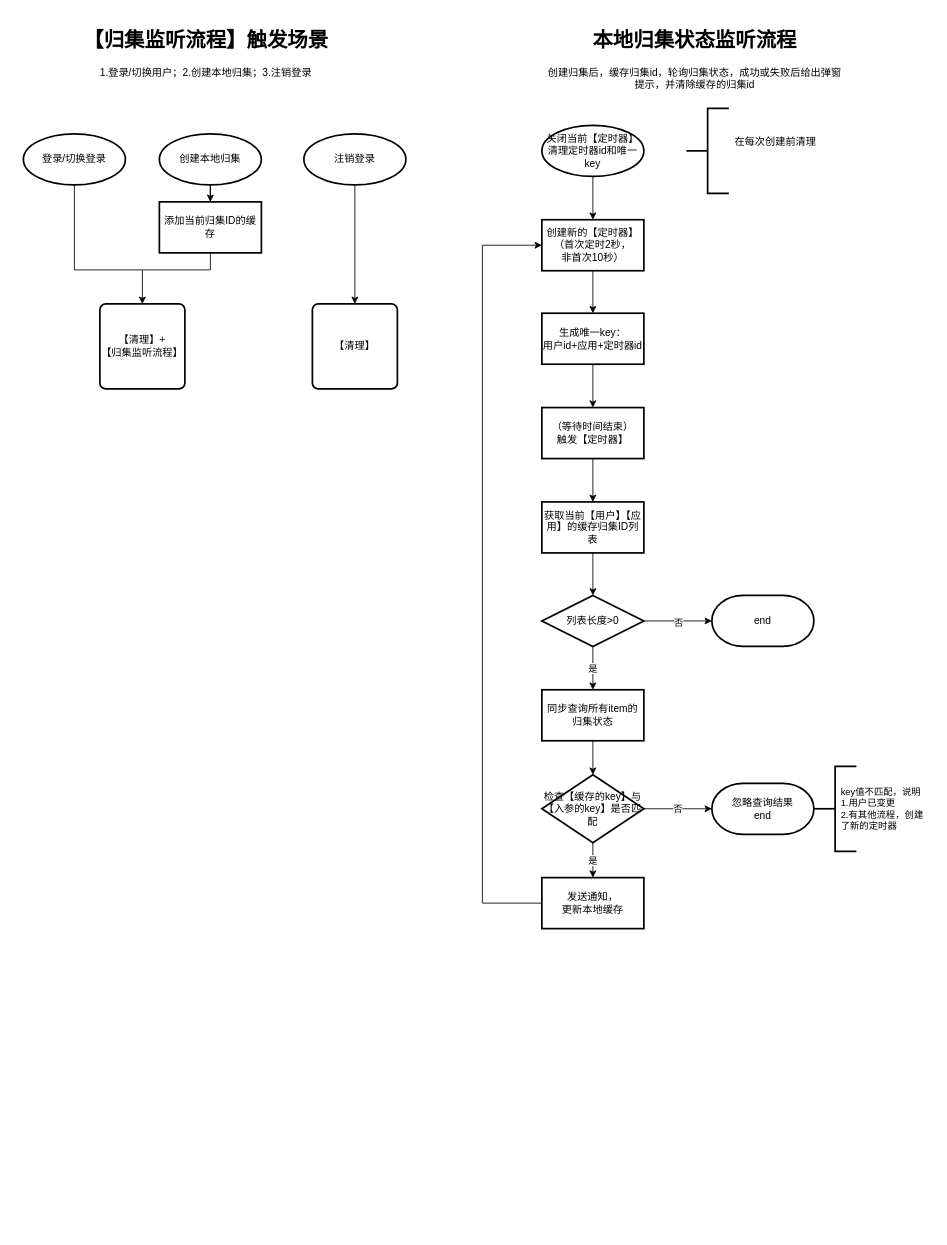
Above: 本地归集成功失败的监听流程.drawio in lemonc747/myDrawIO (draw.io), before the change. Source tidied: cells renumbered, new cells numbered last; positions are measured from the earlier drawing's top-left corner, leaving out a move shared by most shapes. Both pictures are drawn from the tidied source at 85%, with x=0, y=0 at pixel (14, 23).
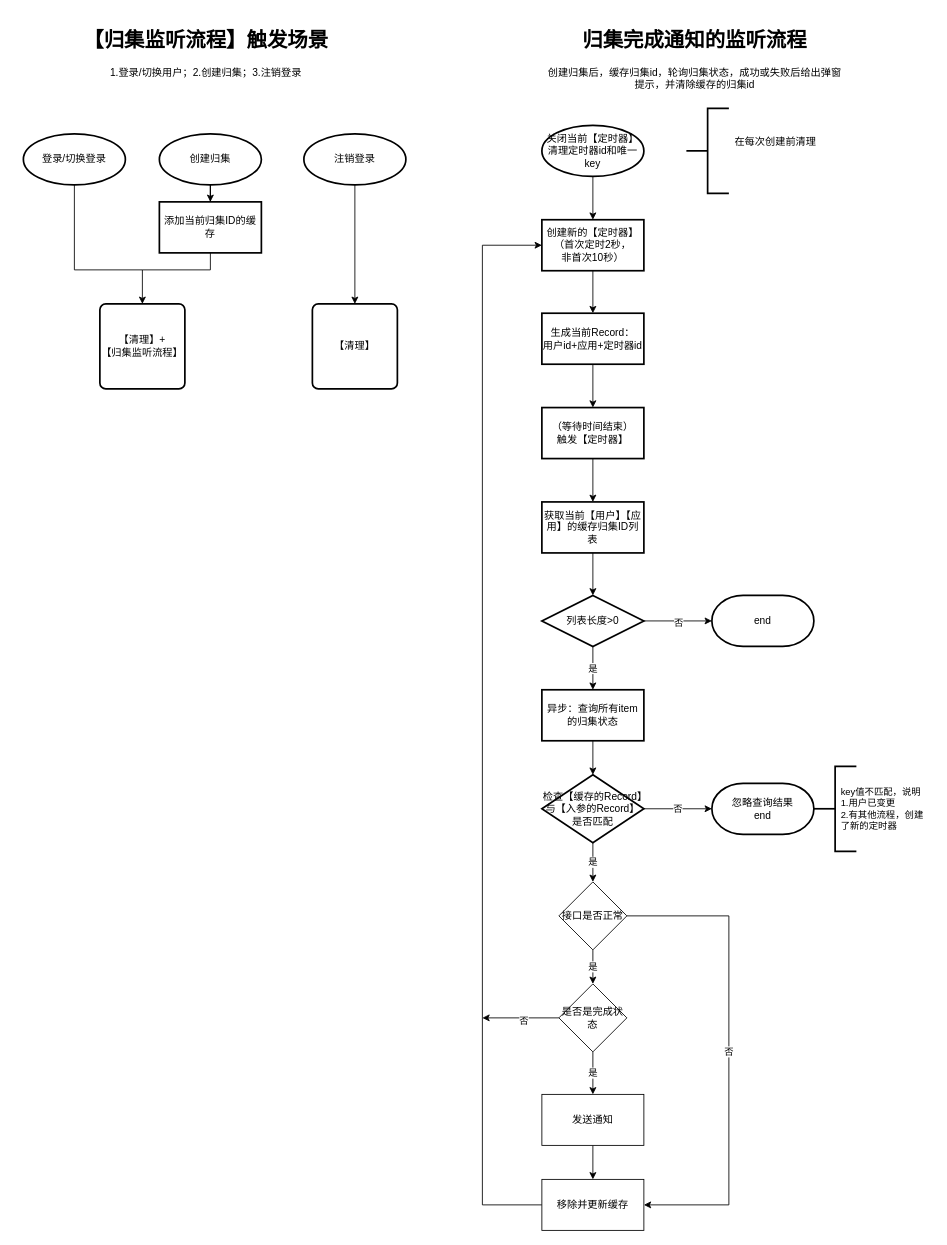
After the change.

Unchanged cells that the change refers to:
```xml
<mxCell id="2" value="创建新的【定时器】&lt;br&gt;（首次定时2秒，&lt;br&gt;非首次10秒）" style="whiteSpace=wrap;html=1;strokeWidth=2;align=center;" parent="1" vertex="1">
  <mxGeometry x="620" y="231" width="120" height="60" as="geometry" />
</mxCell>
```

What changed in the source:
```diff
@@
-    <mxCell id="13" value="生成唯一key：&lt;br&gt;用户id+应用+定时器id" style="whiteSpace=wrap;html=1;strokeWidth=2;align=center;" parent="1" vertex="1">
+    <mxCell id="13" value="生成当前Record：&lt;br&gt;用户id+应用+定时器id" style="whiteSpace=wrap;html=1;strokeWidth=2;align=center;" parent="1" vertex="1">
       <mxGeometry x="620" y="341" width="120" height="60" as="geometry" />
     </mxCell>
@@
-    <mxCell id="18" value="创建本地归集" style="strokeWidth=2;html=1;shape=mxgraph.flowchart.start_1;whiteSpace=wrap;" parent="1" vertex="1">
+    <mxCell id="18" value="创建归集" style="strokeWidth=2;html=1;shape=mxgraph.flowchart.start_1;whiteSpace=wrap;" parent="1" vertex="1">
       <mxGeometry x="170" y="130" width="120" height="60" as="geometry" />
     </mxCell>
@@
-    <mxCell id="24" value="同步查询所有item的归集状态" style="whiteSpace=wrap;html=1;strokeWidth=2;align=center;" parent="1" vertex="1">
+    <mxCell id="24" value="异步：查询所有item的归集状态" style="whiteSpace=wrap;html=1;strokeWidth=2;align=center;" parent="1" vertex="1">
       <mxGeometry x="620" y="784" width="120" height="60" as="geometry" />
     </mxCell>
@@
-    <mxCell id="26" value="是" style="edgeStyle=orthogonalEdgeStyle;rounded=0;jettySize=auto;html=1;align=center;" parent="1" edge="1" source="27" target="32">
+    <mxCell id="26" value="是" style="edgeStyle=orthogonalEdgeStyle;rounded=0;jettySize=auto;html=1;align=center;" parent="1" edge="1" source="27" target="43">
       <mxGeometry relative="1" as="geometry" />
     </mxCell>
-    <mxCell id="27" value="检查【缓存的key】与【入参的key】是否匹配" style="rhombus;whiteSpace=wrap;html=1;strokeWidth=2;align=center;" parent="1" vertex="1">
+    <mxCell id="27" value="检查【缓存的Record】与【入参的Record】是否匹配" style="rhombus;whiteSpace=wrap;html=1;strokeWidth=2;align=center;" parent="1" vertex="1">
       <mxGeometry x="620" y="884" width="120" height="80" as="geometry" />
     </mxCell>
@@
-    <mxCell id="31" style="edgeStyle=orthogonalEdgeStyle;rounded=0;jettySize=auto;html=1;exitX=0;exitY=0.5;exitDx=0;exitDy=0;entryX=0;entryY=0.5;entryDx=0;entryDy=0;align=center;" parent="1" edge="1" source="32" target="2">
+    <mxCell id="31" style="edgeStyle=orthogonalEdgeStyle;rounded=0;jettySize=auto;html=1;entryX=0;entryY=0.5;entryDx=0;entryDy=0;align=center;" parent="1" edge="1" source="44" target="2">
       <mxGeometry relative="1" as="geometry">
         <Array as="points">
-          <mxPoint x="550" y="1035" />
+          <mxPoint x="550" y="1390" />
           <mxPoint x="550" y="261" />
         </Array>
       </mxGeometry>
     </mxCell>
-    <mxCell id="32" value="发送通知，&lt;br&gt;更新本地缓存" style="whiteSpace=wrap;html=1;strokeWidth=2;align=center;" parent="1" vertex="1">
-      <mxGeometry x="620" y="1005" width="120" height="60" as="geometry" />
-    </mxCell>
@@
-    <mxCell id="34" value="&lt;h1&gt;本地归集状态监听流程&lt;/h1&gt;&lt;p&gt;创建归集后，缓存归集id，轮询归集状态，成功或失败后给出弹窗提示，并清除缓存的归集id&lt;br&gt;&lt;/p&gt;" style="text;html=1;strokeColor=none;fillColor=none;spacing=5;spacingTop=-20;whiteSpace=wrap;overflow=hidden;rounded=0;align=center;" parent="1" vertex="1">
+    <mxCell id="34" value="&lt;h1&gt;归集完成通知的监听流程&lt;/h1&gt;&lt;p&gt;创建归集后，缓存归集id，轮询归集状态，成功或失败后给出弹窗提示，并清除缓存的归集id&lt;br&gt;&lt;/p&gt;" style="text;html=1;strokeColor=none;fillColor=none;spacing=5;spacingTop=-20;whiteSpace=wrap;overflow=hidden;rounded=0;align=center;" parent="1" vertex="1">
       <mxGeometry x="620" width="360" height="90" as="geometry" />
     </mxCell>
-    <mxCell id="35" value="&lt;h1&gt;【归集监听流程】触发场景&lt;/h1&gt;&lt;p&gt;1.登录/切换用户；2.创建本地归集；3.注销登录&lt;/p&gt;" style="text;html=1;strokeColor=none;fillColor=none;spacing=5;spacingTop=-20;whiteSpace=wrap;overflow=hidden;rounded=0;align=center;" parent="1" vertex="1">
+    <mxCell id="35" value="&lt;h1&gt;【归集监听流程】触发场景&lt;/h1&gt;&lt;p&gt;1.登录/切换用户；2.创建归集；3.注销登录&lt;/p&gt;" style="text;html=1;strokeColor=none;fillColor=none;spacing=5;spacingTop=-20;whiteSpace=wrap;overflow=hidden;rounded=0;align=center;" parent="1" vertex="1">
       <mxGeometry width="450" height="90" as="geometry" />
     </mxCell>
@@
+    <mxCell id="41" value="否" style="edgeStyle=orthogonalEdgeStyle;rounded=0;jettySize=auto;html=1;exitX=1;exitY=0.5;exitDx=0;exitDy=0;" parent="1" edge="1" source="43" target="44">
+      <mxGeometry relative="1" as="geometry">
+        <Array as="points">
+          <mxPoint x="840" y="1050" />
+          <mxPoint x="840" y="1390" />
+        </Array>
+      </mxGeometry>
+    </mxCell>
+    <mxCell id="42" value="是" style="edgeStyle=orthogonalEdgeStyle;rounded=0;jettySize=auto;html=1;" parent="1" edge="1" source="43" target="48">
+      <mxGeometry relative="1" as="geometry" />
+    </mxCell>
+    <mxCell id="43" value="接口是否正常" style="rhombus;whiteSpace=wrap;html=1;" parent="1" vertex="1">
+      <mxGeometry x="640" y="1010" width="80" height="80" as="geometry" />
+    </mxCell>
+    <mxCell id="44" value="移除并更新缓存" style="whiteSpace=wrap;html=1;" parent="1" vertex="1">
+      <mxGeometry x="620" y="1360" width="120" height="60" as="geometry" />
+    </mxCell>
+    <mxCell id="45" value="是" style="edgeStyle=orthogonalEdgeStyle;rounded=0;jettySize=auto;html=1;" parent="1" edge="1" source="48" target="50">
+      <mxGeometry relative="1" as="geometry" />
+    </mxCell>
+    <mxCell id="46" style="edgeStyle=orthogonalEdgeStyle;rounded=0;jettySize=auto;html=1;" parent="1" edge="1" source="48">
+      <mxGeometry relative="1" as="geometry">
+        <mxPoint x="550" y="1170" as="targetPoint" />
+      </mxGeometry>
+    </mxCell>
+    <mxCell id="47" value="否" style="edgeLabel;html=1;align=center;verticalAlign=middle;" parent="46" vertex="1">
+      <mxGeometry x="-0.07" y="3" relative="1" as="geometry" />
+    </mxCell>
+    <mxCell id="48" value="是否是完成状态" style="rhombus;whiteSpace=wrap;html=1;" parent="1" vertex="1">
+      <mxGeometry x="640" y="1130" width="80" height="80" as="geometry" />
+    </mxCell>
+    <mxCell id="49" style="edgeStyle=orthogonalEdgeStyle;rounded=0;jettySize=auto;html=1;" parent="1" edge="1" source="50" target="44">
+      <mxGeometry relative="1" as="geometry" />
+    </mxCell>
+    <mxCell id="50" value="发送通知" style="whiteSpace=wrap;html=1;" parent="1" vertex="1">
+      <mxGeometry x="620" y="1260" width="120" height="60" as="geometry" />
+    </mxCell>
```
